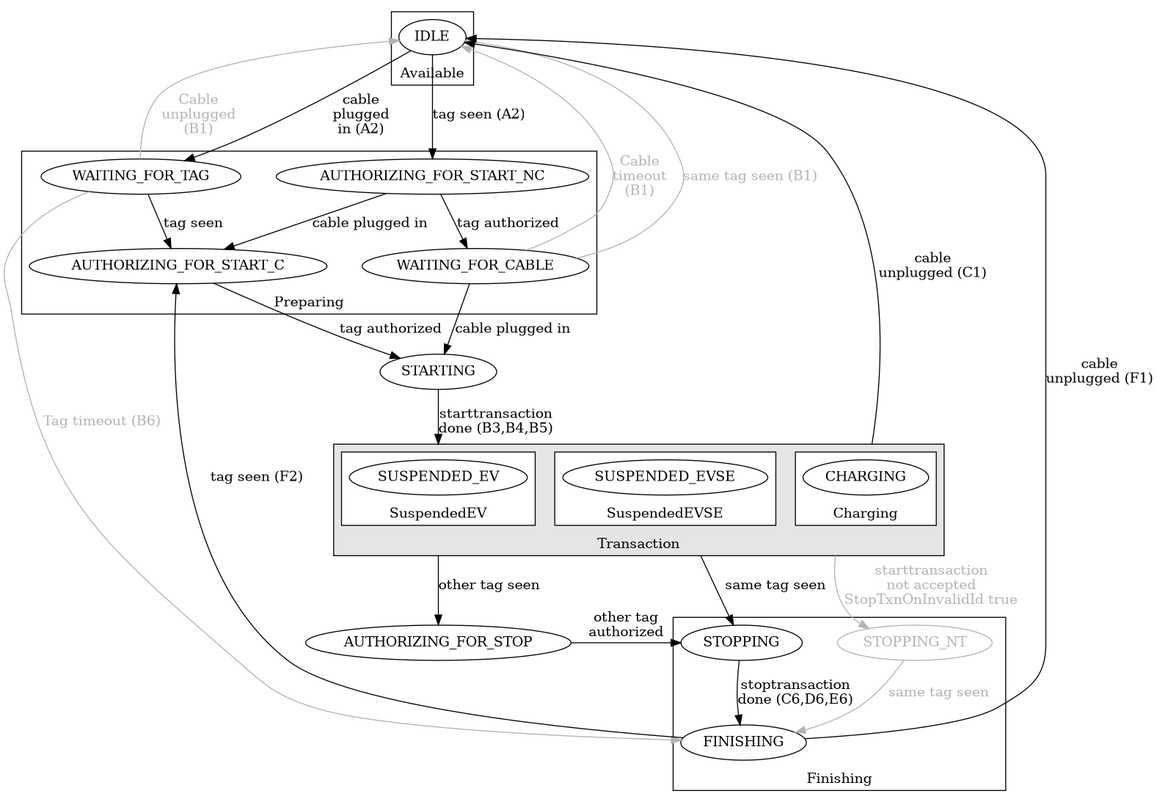
Tinkerforge/tfocpp keeps this Graphviz diagram as ocpp_state.png. Above is the earlier version. Its source is kept beside it as ocpp_state.dot. The source it was exported from:
```dot
digraph {
    nodesep=0.5;
    ranksep=0.5;
    graph [compound=true];
    labelloc=b
    subgraph clusteridle {
        label="Available"
        IDLE;
    }
    subgraph clusterpreparing{
        label="Preparing"
        WAITING_FOR_TAG;
        AUTHORIZING_FOR_START_NC;
        AUTHORIZING_FOR_START_C;
        WAITING_FOR_CABLE;
    };
    STARTING;

    subgraph clustertransaction {
        bgcolor=gray90;
        label="Transaction"
        subgraph clustercharging{
        bgcolor=white;
        label="Charging"
        CHARGING;
        };
        subgraph clustersuspendedevse{
        bgcolor=white;
        label="SuspendedEVSE"
        SUSPENDED_EVSE
        };
        subgraph clustersuspendedev{
        bgcolor=white;
        label="SuspendedEV"
        SUSPENDED_EV
        };
    };

    AUTHORIZING_FOR_STOP;

    subgraph clusterfinishing {
        label="Finishing"
        STOPPING;
        STOPPING_NT [color=gray70, fontcolor=gray70];
        FINISHING;
    }

    IDLE -> AUTHORIZING_FOR_START_NC [label="tag seen (A2)"]
    AUTHORIZING_FOR_START_NC -> WAITING_FOR_CABLE [label="tag authorized", weight=100]
    AUTHORIZING_FOR_START_NC -> AUTHORIZING_FOR_START_C [label="cable plugged in"]
    WAITING_FOR_CABLE -> STARTING [label="cable plugged in"]

    IDLE -> WAITING_FOR_TAG [label="cable\nplugged\nin (A2)"]
    WAITING_FOR_TAG -> AUTHORIZING_FOR_START_C [label="tag seen"]
    AUTHORIZING_FOR_START_C -> STARTING [label="tag authorized"]

    WAITING_FOR_TAG -> FINISHING [label="Tag timeout (B6)", weight=0, color=gray70, fontcolor=gray70]
    WAITING_FOR_CABLE -> IDLE [label="Cable\ntimeout\n(B1)", weight=0, color=gray70, fontcolor=gray70]
    WAITING_FOR_CABLE -> IDLE [label="same tag seen (B1)", weight=0, color=gray70, fontcolor=gray70]
    WAITING_FOR_TAG -> IDLE [label="Cable\nunplugged\n(B1)", weight=0, color=gray70, fontcolor=gray70]

    STARTING -> SUSPENDED_EV [label="starttransaction\ndone (B3,B4,B5)", lhead=clustertransaction, weight=100]

    CHARGING -> STOPPING_NT [label="starttransaction\nnot accepted\nStopTxnOnInvalidId true", ltail=clustertransaction, weight=0, color=gray70, fontcolor=gray70]
    STOPPING_NT -> FINISHING [label="same tag seen", weight=0, color=gray70, fontcolor=gray70]


    SUSPENDED_EV -> AUTHORIZING_FOR_STOP [label="other tag seen", ltail=clustertransaction, weight=100]
    SUSPENDED_EVSE -> STOPPING [label="same tag seen", ltail=clustertransaction]
    AUTHORIZING_FOR_STOP -> STOPPING [label="other tag\nauthorized"]
    STOPPING -> FINISHING [label="stoptransaction\ndone (C6,D6,E6)", weight=100]

    FINISHING -> IDLE [label="cable\nunplugged (F1)"]
    FINISHING -> AUTHORIZING_FOR_START_C [label="tag seen (F2)", weight=0]

    CHARGING -> IDLE [label="cable\nunplugged (C1)", ltail=clustertransaction, weight=0]
}

```
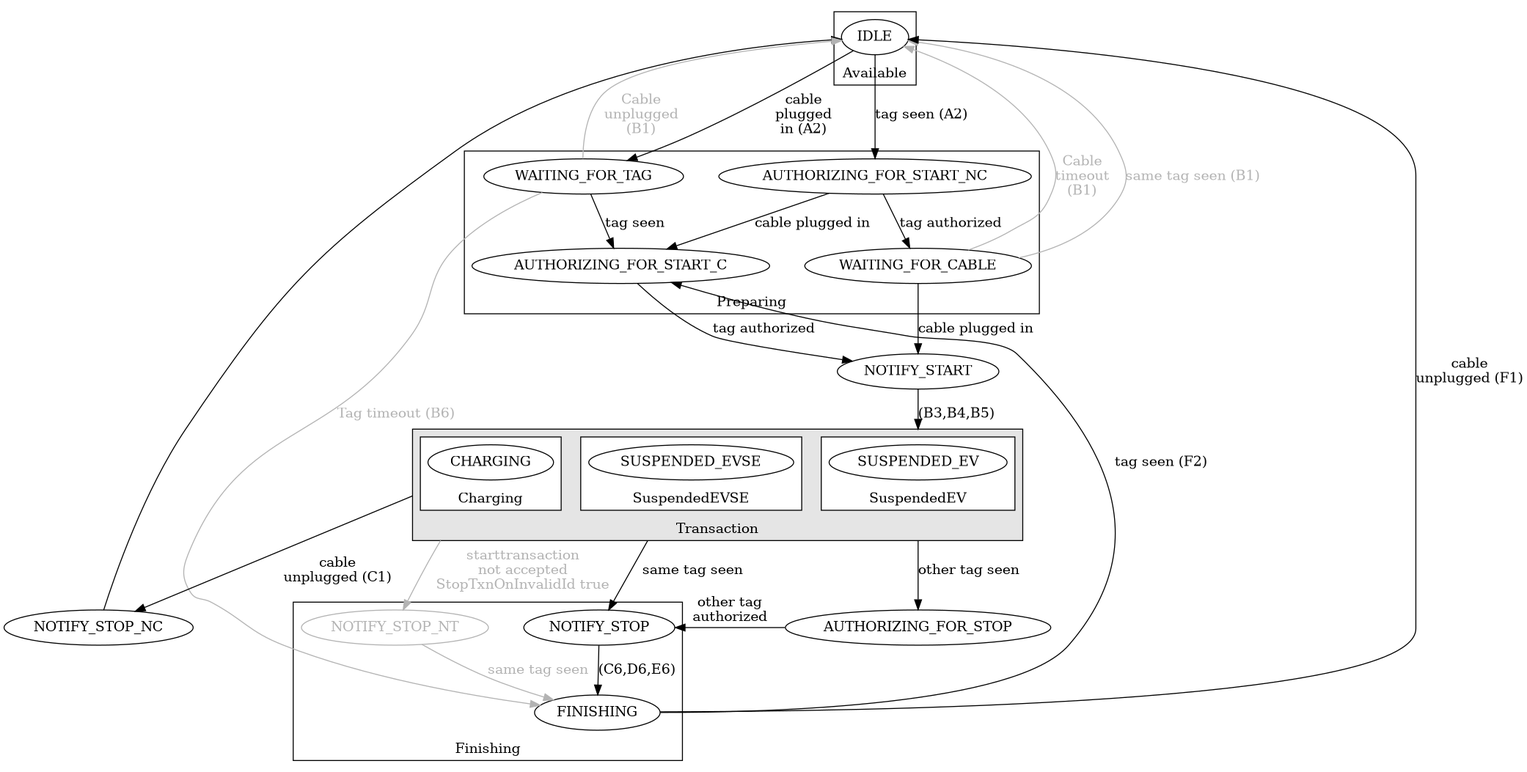
The same file after the commit.

Commit message:
Fix connector state machine.

What changed in the source:
```diff
@@ -7,6 +7,9 @@
         label="Available"
         IDLE;
     }
+
+    NOTIFY_STOP_NC;
+
     subgraph clusterpreparing{
         label="Preparing"
         WAITING_FOR_TAG;
@@ -14,7 +17,7 @@
         AUTHORIZING_FOR_START_C;
         WAITING_FOR_CABLE;
     };
-    STARTING;
+    NOTIFY_START;
 
     subgraph clustertransaction {
         bgcolor=gray90;
@@ -40,39 +43,40 @@
 
     subgraph clusterfinishing {
         label="Finishing"
-        STOPPING;
-        STOPPING_NT [color=gray70, fontcolor=gray70];
+        NOTIFY_STOP;
+        NOTIFY_STOP_NT [color=gray70, fontcolor=gray70];
         FINISHING;
     }
 
     IDLE -> AUTHORIZING_FOR_START_NC [label="tag seen (A2)"]
     AUTHORIZING_FOR_START_NC -> WAITING_FOR_CABLE [label="tag authorized", weight=100]
     AUTHORIZING_FOR_START_NC -> AUTHORIZING_FOR_START_C [label="cable plugged in"]
-    WAITING_FOR_CABLE -> STARTING [label="cable plugged in"]
+    WAITING_FOR_CABLE -> NOTIFY_START [label="cable plugged in"]
 
     IDLE -> WAITING_FOR_TAG [label="cable\nplugged\nin (A2)"]
     WAITING_FOR_TAG -> AUTHORIZING_FOR_START_C [label="tag seen"]
-    AUTHORIZING_FOR_START_C -> STARTING [label="tag authorized"]
+    AUTHORIZING_FOR_START_C -> NOTIFY_START [label="tag authorized"]
 
     WAITING_FOR_TAG -> FINISHING [label="Tag timeout (B6)", weight=0, color=gray70, fontcolor=gray70]
     WAITING_FOR_CABLE -> IDLE [label="Cable\ntimeout\n(B1)", weight=0, color=gray70, fontcolor=gray70]
     WAITING_FOR_CABLE -> IDLE [label="same tag seen (B1)", weight=0, color=gray70, fontcolor=gray70]
     WAITING_FOR_TAG -> IDLE [label="Cable\nunplugged\n(B1)", weight=0, color=gray70, fontcolor=gray70]
 
-    STARTING -> SUSPENDED_EV [label="starttransaction\ndone (B3,B4,B5)", lhead=clustertransaction, weight=100]
+    NOTIFY_START -> SUSPENDED_EV [label="(B3,B4,B5)", lhead=clustertransaction, weight=100]
 
-    CHARGING -> STOPPING_NT [label="starttransaction\nnot accepted\nStopTxnOnInvalidId true", ltail=clustertransaction, weight=0, color=gray70, fontcolor=gray70]
-    STOPPING_NT -> FINISHING [label="same tag seen", weight=0, color=gray70, fontcolor=gray70]
+    CHARGING -> NOTIFY_STOP_NT [label="starttransaction\nnot accepted\nStopTxnOnInvalidId true", ltail=clustertransaction, weight=0, color=gray70, fontcolor=gray70]
+    NOTIFY_STOP_NT -> FINISHING [label="same tag seen", weight=0, color=gray70, fontcolor=gray70]
 
 
     SUSPENDED_EV -> AUTHORIZING_FOR_STOP [label="other tag seen", ltail=clustertransaction, weight=100]
-    SUSPENDED_EVSE -> STOPPING [label="same tag seen", ltail=clustertransaction]
-    AUTHORIZING_FOR_STOP -> STOPPING [label="other tag\nauthorized"]
-    STOPPING -> FINISHING [label="stoptransaction\ndone (C6,D6,E6)", weight=100]
+    SUSPENDED_EVSE -> NOTIFY_STOP [label="same tag seen", ltail=clustertransaction]
+    AUTHORIZING_FOR_STOP -> NOTIFY_STOP [label="other tag\nauthorized"]
+    NOTIFY_STOP -> FINISHING [label="(C6,D6,E6)", weight=100]
 
     FINISHING -> IDLE [label="cable\nunplugged (F1)"]
     FINISHING -> AUTHORIZING_FOR_START_C [label="tag seen (F2)", weight=0]
 
-    CHARGING -> IDLE [label="cable\nunplugged (C1)", ltail=clustertransaction, weight=0]
+    CHARGING -> NOTIFY_STOP_NC [label="cable\nunplugged (C1)", ltail=clustertransaction]
+    NOTIFY_STOP_NC -> IDLE [weight=0]
 }
 
```
